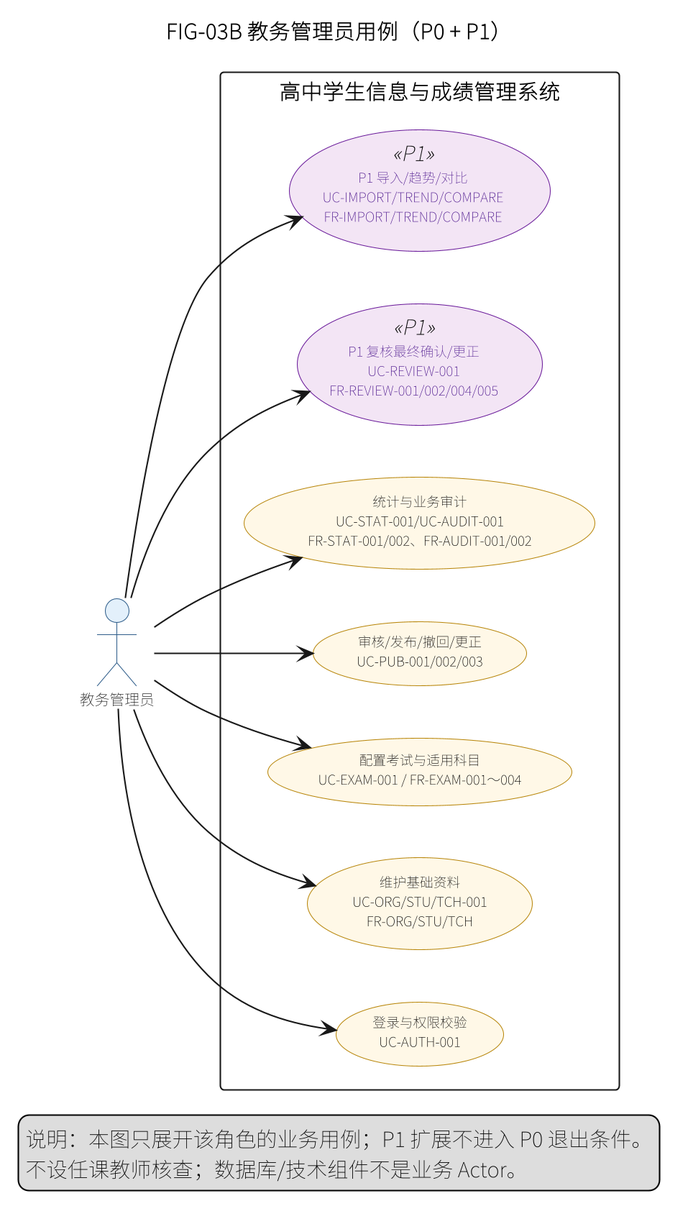
Creepppper/Student_System keeps this PlantUML diagram as docs/requirements/diagrams/png/FIG-03B-教务管理员用例.png. Above is the earlier version.
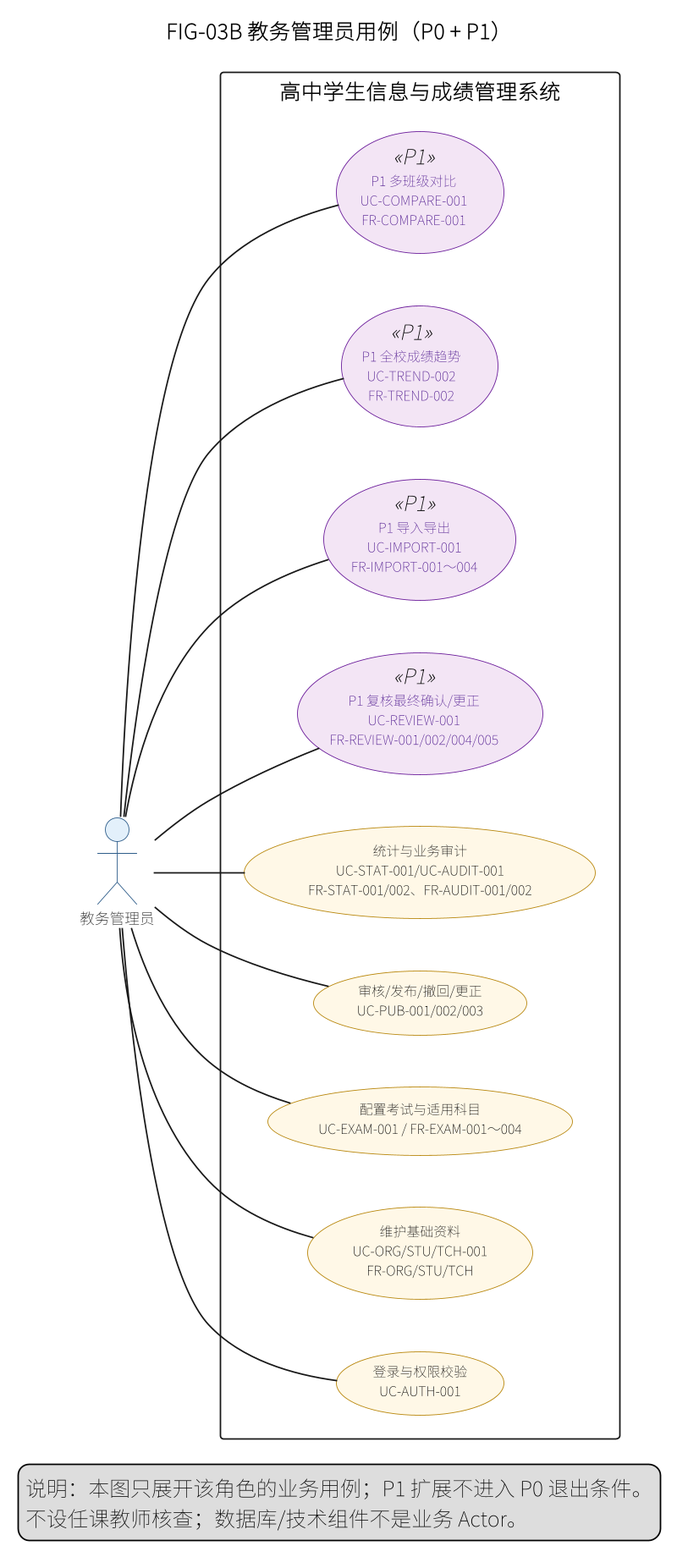
After the commit.

The edit, as a diff of the source:
```diff
@@ -1,4 +1,5 @@
 @startuml
+scale 0.85
 left to right direction
 skinparam defaultFontName "Noto Sans CJK SC"
 skinparam dpi 200
@@ -27,15 +28,19 @@
   usecase "审核/发布/撤回/更正\nUC-PUB-001/002/003" as U_PUB
   usecase "统计与业务审计\nUC-STAT-001/UC-AUDIT-001\nFR-STAT-001/002、FR-AUDIT-001/002" as U_STAT
   usecase "P1 复核最终确认/更正\nUC-REVIEW-001\nFR-REVIEW-001/002/004/005" as U_REVIEW <<P1>>
-  usecase "P1 导入/趋势/对比\nUC-IMPORT/TREND/COMPARE\nFR-IMPORT/TREND/COMPARE" as U_EXT <<P1>>
+  usecase "P1 导入导出\nUC-IMPORT-001\nFR-IMPORT-001～004" as U_IMPORT <<P1>>
+  usecase "P1 全校成绩趋势\nUC-TREND-002\nFR-TREND-002" as U_TREND <<P1>>
+  usecase "P1 多班级对比\nUC-COMPARE-001\nFR-COMPARE-001" as U_COMPARE <<P1>>
 }
-AC --> U_LOGIN
-AC --> U_BASE
-AC --> U_EXAM
-AC --> U_PUB
-AC --> U_STAT
-AC --> U_REVIEW
-AC --> U_EXT
+AC -- U_LOGIN
+AC -- U_BASE
+AC -- U_EXAM
+AC -- U_PUB
+AC -- U_STAT
+AC -- U_REVIEW
+AC -- U_IMPORT
+AC -- U_TREND
+AC -- U_COMPARE
 legend bottom
   说明：本图只展开该角色的业务用例；P1 扩展不进入 P0 退出条件。
   不设任课教师核查；数据库/技术组件不是业务 Actor。
```
